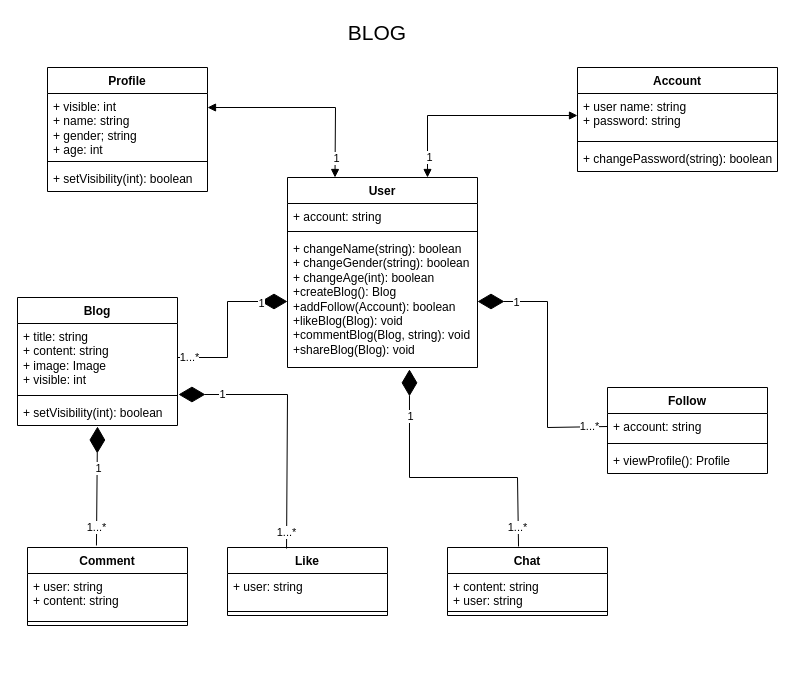
lozia/RunningBalance keeps this draw.io diagram as blog.drawio. Above is the earlier version. Source tidied: cells renumbered, new cells numbered last; positions are measured from the earlier drawing's top-left corner, leaving out a move shared by most shapes. Both pictures are drawn from the tidied source at 100%, with x=0, y=0 at pixel (17, 17).
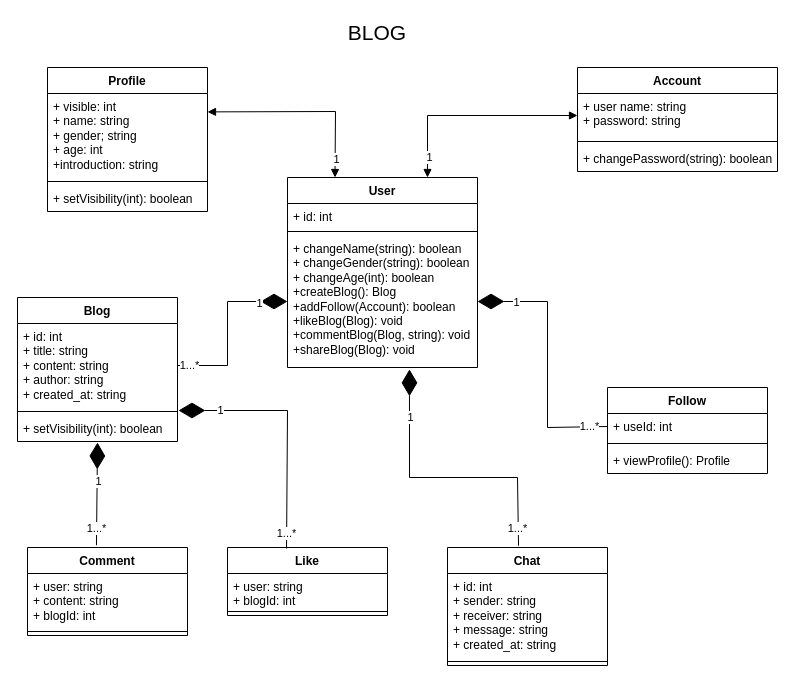
After the change.

Commit message (it also covers changes not shown here):
Upload object model

Unchanged cells that the change refers to:
```xml
<mxCell id="15" value="User" style="swimlane;fontStyle=1;align=center;verticalAlign=top;horizontal=1;startSize=26;whiteSpace=wrap;html=1;" parent="1" vertex="1">
  <mxGeometry x="270" y="160" width="190" height="190" as="geometry" />
</mxCell>
<mxCell id="18" value="+ changeName(string): boolean&lt;br&gt;+ changeGender(string): boolean&lt;br&gt;+ changeAge(int): boolean&lt;br&gt;+createBlog(): Blog&lt;br&gt;+addFollow(Account): boolean&lt;br&gt;+likeBlog(Blog): void&lt;br&gt;+commentBlog(Blog, string): void&lt;br&gt;+shareBlog(Blog): void" style="text;strokeColor=none;fillColor=none;align=left;verticalAlign=top;spacingLeft=4;spacingRight=4;overflow=hidden;points=[[0,0.5],[1,0.5]];portConstraint=eastwest;whiteSpace=wrap;html=1;" parent="15" vertex="1">
  <mxGeometry y="58" width="190" height="132" as="geometry" />
</mxCell>
<mxCell id="19" value="Follow" style="swimlane;fontStyle=1;align=center;verticalAlign=top;horizontal=1;startSize=26;whiteSpace=wrap;html=1;" parent="1" vertex="1">
  <mxGeometry x="590" y="370" width="160" height="86" as="geometry" />
</mxCell>
<mxCell id="36" value="Like" style="swimlane;fontStyle=1;align=center;verticalAlign=top;horizontal=1;startSize=26;whiteSpace=wrap;html=1;" parent="1" vertex="1">
  <mxGeometry x="210" y="530" width="160" height="68" as="geometry" />
</mxCell>
```

The edit, as a diff of the source:
```diff
@@
     <mxCell id="3" value="Blog" style="swimlane;fontStyle=1;align=center;verticalAlign=top;horizontal=1;startSize=26;whiteSpace=wrap;html=1;" parent="1" vertex="1">
-      <mxGeometry y="280" width="160" height="128" as="geometry" />
+      <mxGeometry y="280" width="160" height="144" as="geometry" />
     </mxCell>
-    <mxCell id="4" value="+ title: string&lt;br&gt;+ content: string&lt;br&gt;+ image: Image&lt;br&gt;+ visible: int" style="text;strokeColor=none;fillColor=none;align=left;verticalAlign=top;spacingLeft=4;spacingRight=4;overflow=hidden;points=[[0,0.5],[1,0.5]];portConstraint=eastwest;whiteSpace=wrap;html=1;" parent="3" vertex="1">
-      <mxGeometry y="26" width="160" height="68" as="geometry" />
+    <mxCell id="4" value="+ id: int&lt;br&gt;+ title: string&lt;br&gt;+ content: string&lt;br&gt;+ author: string&lt;br&gt;+ created_at: string" style="text;strokeColor=none;fillColor=none;align=left;verticalAlign=top;spacingLeft=4;spacingRight=4;overflow=hidden;points=[[0,0.5],[1,0.5]];portConstraint=eastwest;whiteSpace=wrap;html=1;" parent="3" vertex="1">
+      <mxGeometry y="26" width="160" height="84" as="geometry" />
     </mxCell>
     <mxCell id="5" style="line;strokeWidth=1;fillColor=none;align=left;verticalAlign=middle;spacingTop=-1;spacingLeft=3;spacingRight=3;labelPosition=right;strokeColor=inherit;" parent="3" vertex="1">
-      <mxGeometry y="94" width="160" height="8" as="geometry" />
+      <mxGeometry y="110" width="160" height="8" as="geometry" />
     </mxCell>
     <mxCell id="6" value="+ setVisibility(int): boolean" style="text;strokeColor=none;fillColor=none;align=left;verticalAlign=top;spacingLeft=4;spacingRight=4;overflow=hidden;points=[[0,0.5],[1,0.5]];portConstraint=eastwest;whiteSpace=wrap;html=1;" parent="3" vertex="1">
-      <mxGeometry y="102" width="160" height="26" as="geometry" />
+      <mxGeometry y="118" width="160" height="26" as="geometry" />
     </mxCell>
@@
     <mxCell id="11" value="Profile" style="swimlane;fontStyle=1;align=center;verticalAlign=top;horizontal=1;startSize=26;whiteSpace=wrap;html=1;" parent="1" vertex="1">
-      <mxGeometry x="30" y="50" width="160" height="124" as="geometry" />
+      <mxGeometry x="30" y="50" width="160" height="144" as="geometry" />
     </mxCell>
-    <mxCell id="12" value="+ visible: int&lt;br&gt;+ name: string&lt;br style=&quot;border-color: var(--border-color);&quot;&gt;+ gender; string&lt;br style=&quot;border-color: var(--border-color);&quot;&gt;+ age: int" style="text;strokeColor=none;fillColor=none;align=left;verticalAlign=top;spacingLeft=4;spacingRight=4;overflow=hidden;points=[[0,0.5],[1,0.5]];portConstraint=eastwest;whiteSpace=wrap;html=1;" parent="11" vertex="1">
-      <mxGeometry y="26" width="160" height="64" as="geometry" />
+    <mxCell id="12" value="+ visible: int&lt;br&gt;+ name: string&lt;br style=&quot;border-color: var(--border-color);&quot;&gt;+ gender; string&lt;br style=&quot;border-color: var(--border-color);&quot;&gt;+ age: int&lt;br&gt;+introduction: string" style="text;strokeColor=none;fillColor=none;align=left;verticalAlign=top;spacingLeft=4;spacingRight=4;overflow=hidden;points=[[0,0.5],[1,0.5]];portConstraint=eastwest;whiteSpace=wrap;html=1;" parent="11" vertex="1">
+      <mxGeometry y="26" width="160" height="84" as="geometry" />
     </mxCell>
     <mxCell id="13" style="line;strokeWidth=1;fillColor=none;align=left;verticalAlign=middle;spacingTop=-1;spacingLeft=3;spacingRight=3;labelPosition=right;strokeColor=inherit;" parent="11" vertex="1">
-      <mxGeometry y="90" width="160" height="8" as="geometry" />
+      <mxGeometry y="110" width="160" height="8" as="geometry" />
     </mxCell>
     <mxCell id="14" value="+ setVisibility(int): boolean" style="text;strokeColor=none;fillColor=none;align=left;verticalAlign=top;spacingLeft=4;spacingRight=4;overflow=hidden;whiteSpace=wrap;html=1;" parent="11" vertex="1">
-      <mxGeometry y="98" width="160" height="26" as="geometry" />
+      <mxGeometry y="118" width="160" height="26" as="geometry" />
     </mxCell>
@@
-    <mxCell id="16" value="+ account: string" style="text;strokeColor=none;fillColor=none;align=left;verticalAlign=top;spacingLeft=4;spacingRight=4;overflow=hidden;whiteSpace=wrap;html=1;" parent="15" vertex="1">
+    <mxCell id="16" value="+ id: int" style="text;strokeColor=none;fillColor=none;align=left;verticalAlign=top;spacingLeft=4;spacingRight=4;overflow=hidden;whiteSpace=wrap;html=1;" parent="15" vertex="1">
       <mxGeometry y="26" width="190" height="24" as="geometry" />
     </mxCell>
@@
-    <mxCell id="20" value="+ account: string" style="text;strokeColor=none;fillColor=none;align=left;verticalAlign=top;spacingLeft=4;spacingRight=4;overflow=hidden;points=[[0,0.5],[1,0.5]];portConstraint=eastwest;whiteSpace=wrap;html=1;" parent="19" vertex="1">
+    <mxCell id="20" value="+ useId: int" style="text;strokeColor=none;fillColor=none;align=left;verticalAlign=top;spacingLeft=4;spacingRight=4;overflow=hidden;points=[[0,0.5],[1,0.5]];portConstraint=eastwest;whiteSpace=wrap;html=1;" parent="19" vertex="1">
       <mxGeometry y="26" width="160" height="26" as="geometry" />
     </mxCell>
@@
     <mxCell id="23" style="endArrow=diamondThin;endFill=1;endSize=24;html=1;rounded=0;entryX=0;entryY=0.5;entryDx=0;entryDy=0;exitX=1;exitY=0.5;exitDx=0;exitDy=0;" parent="1" edge="1" source="4" target="18">
       <mxGeometry relative="1" as="geometry">
         <Array as="points">
-          <mxPoint x="210" y="340" />
+          <mxPoint x="210" y="348" />
           <mxPoint x="210" y="284" />
         </Array>
       </mxGeometry>
     </mxCell>
@@
     <mxCell id="29" style="endArrow=block;startArrow=block;endFill=1;startFill=1;html=1;rounded=0;exitX=1;exitY=0.219;exitDx=0;exitDy=0;entryX=0.25;entryY=0;entryDx=0;entryDy=0;exitPerimeter=0;" parent="1" edge="1" source="12" target="15">
       <mxGeometry relative="1" as="geometry">
         <Array as="points">
-          <mxPoint x="318" y="90" />
+          <mxPoint x="318" y="94" />
         </Array>
       </mxGeometry>
     </mxCell>
@@
     <mxCell id="33" value="Comment" style="swimlane;fontStyle=1;align=center;verticalAlign=top;horizontal=1;startSize=26;whiteSpace=wrap;html=1;" parent="1" vertex="1">
-      <mxGeometry x="10" y="530" width="160" height="78" as="geometry" />
+      <mxGeometry x="10" y="530" width="160" height="88" as="geometry" />
     </mxCell>
-    <mxCell id="34" value="+ user: string&lt;br&gt;+ content: string" style="text;strokeColor=none;fillColor=none;align=left;verticalAlign=top;spacingLeft=4;spacingRight=4;overflow=hidden;whiteSpace=wrap;html=1;" parent="33" vertex="1">
-      <mxGeometry y="26" width="160" height="44" as="geometry" />
+    <mxCell id="34" value="+ user: string&lt;br&gt;+ content: string&lt;br&gt;+ blogId: int" style="text;strokeColor=none;fillColor=none;align=left;verticalAlign=top;spacingLeft=4;spacingRight=4;overflow=hidden;whiteSpace=wrap;html=1;" parent="33" vertex="1">
+      <mxGeometry y="26" width="160" height="54" as="geometry" />
     </mxCell>
     <mxCell id="35" style="line;strokeWidth=1;fillColor=none;align=left;verticalAlign=middle;spacingTop=-1;spacingLeft=3;spacingRight=3;labelPosition=right;strokeColor=inherit;" parent="33" vertex="1">
-      <mxGeometry y="70" width="160" height="8" as="geometry" />
+      <mxGeometry y="80" width="160" height="8" as="geometry" />
     </mxCell>
@@
-    <mxCell id="37" value="+ user: string" style="text;strokeColor=none;fillColor=none;align=left;verticalAlign=top;spacingLeft=4;spacingRight=4;overflow=hidden;whiteSpace=wrap;html=1;" parent="36" vertex="1">
+    <mxCell id="37" value="+ user: string&lt;br&gt;+ blogId: int" style="text;strokeColor=none;fillColor=none;align=left;verticalAlign=top;spacingLeft=4;spacingRight=4;overflow=hidden;whiteSpace=wrap;html=1;" parent="36" vertex="1">
       <mxGeometry y="26" width="160" height="34" as="geometry" />
     </mxCell>
@@
     <mxCell id="39" style="endArrow=diamondThin;endFill=1;endSize=24;html=1;rounded=0;entryX=1.006;entryY=-0.192;entryDx=0;entryDy=0;entryPerimeter=0;exitX=0.369;exitY=0.015;exitDx=0;exitDy=0;exitPerimeter=0;" parent="1" edge="1" source="36" target="6">
       <mxGeometry relative="1" as="geometry">
         <Array as="points">
-          <mxPoint x="270" y="377" />
+          <mxPoint x="270" y="393" />
         </Array>
       </mxGeometry>
     </mxCell>
@@
     <mxCell id="45" value="Chat" style="swimlane;fontStyle=1;align=center;verticalAlign=top;horizontal=1;startSize=26;whiteSpace=wrap;html=1;" parent="1" vertex="1">
-      <mxGeometry x="430" y="530" width="160" height="68" as="geometry" />
+      <mxGeometry x="430" y="530" width="160" height="118" as="geometry" />
     </mxCell>
-    <mxCell id="46" value="+ content: string&lt;br&gt;+ user: string" style="text;strokeColor=none;fillColor=none;align=left;verticalAlign=top;spacingLeft=4;spacingRight=4;overflow=hidden;whiteSpace=wrap;html=1;" parent="45" vertex="1">
-      <mxGeometry y="26" width="160" height="34" as="geometry" />
+    <mxCell id="46" value="+ id: int&lt;br&gt;+ sender: string&lt;br&gt;+ receiver: string&lt;br&gt;+ message: string&lt;br&gt;+ created_at: string" style="text;strokeColor=none;fillColor=none;align=left;verticalAlign=top;spacingLeft=4;spacingRight=4;overflow=hidden;whiteSpace=wrap;html=1;" parent="45" vertex="1">
+      <mxGeometry y="26" width="160" height="84" as="geometry" />
     </mxCell>
     <mxCell id="47" style="line;strokeWidth=1;fillColor=none;align=left;verticalAlign=middle;spacingTop=-1;spacingLeft=3;spacingRight=3;labelPosition=right;strokeColor=inherit;" parent="45" vertex="1">
-      <mxGeometry y="60" width="160" height="8" as="geometry" />
+      <mxGeometry y="110" width="160" height="8" as="geometry" />
     </mxCell>
```
